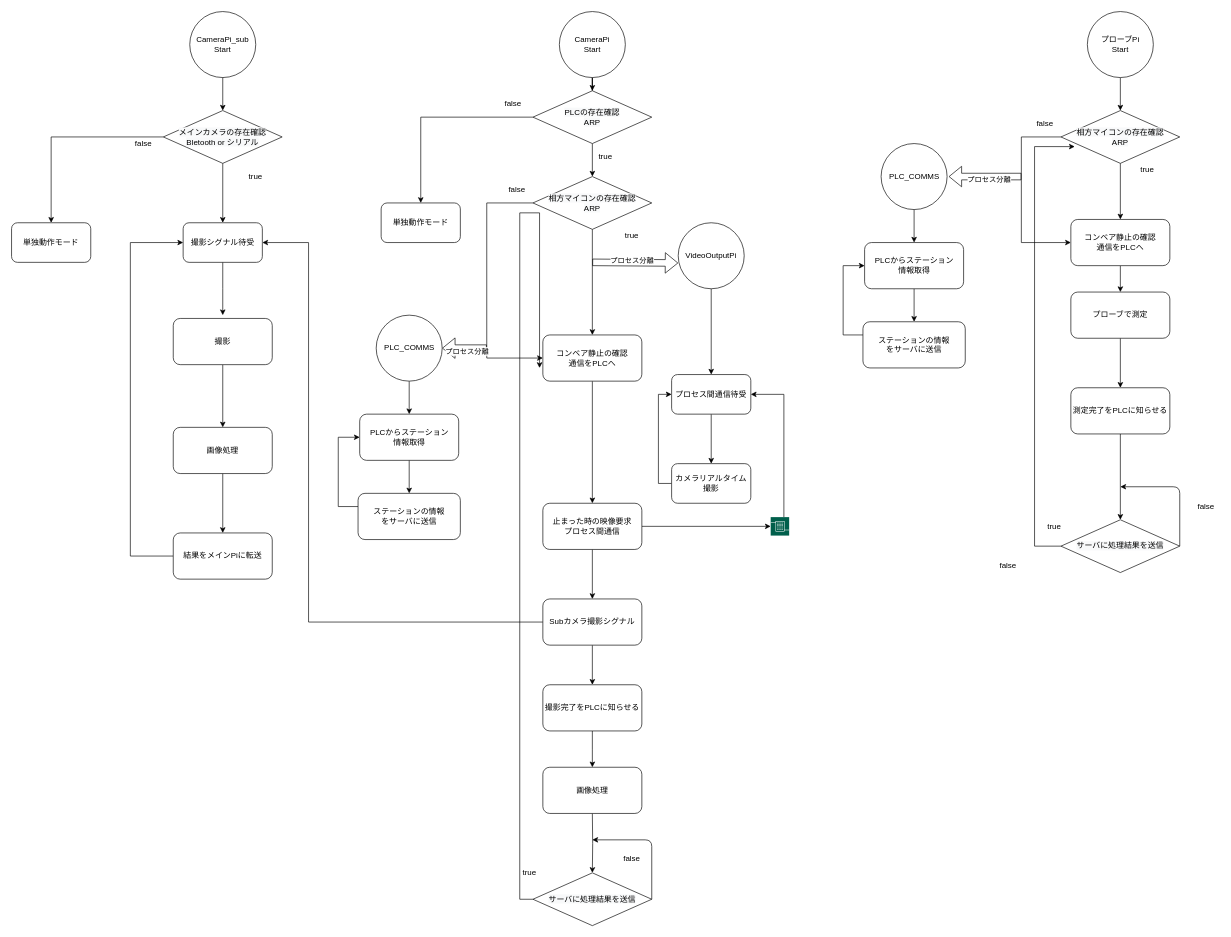
Before: フローチャート.drawio in chekke1999/kaihatukadai, a draw.io diagram. Source tidied: cells renumbered, new cells numbered last; positions are measured from the earlier drawing's top-left corner, leaving out a move shared by most shapes. Both pictures are drawn from the tidied source at 66%, with x=0, y=0 at pixel (11, 11).
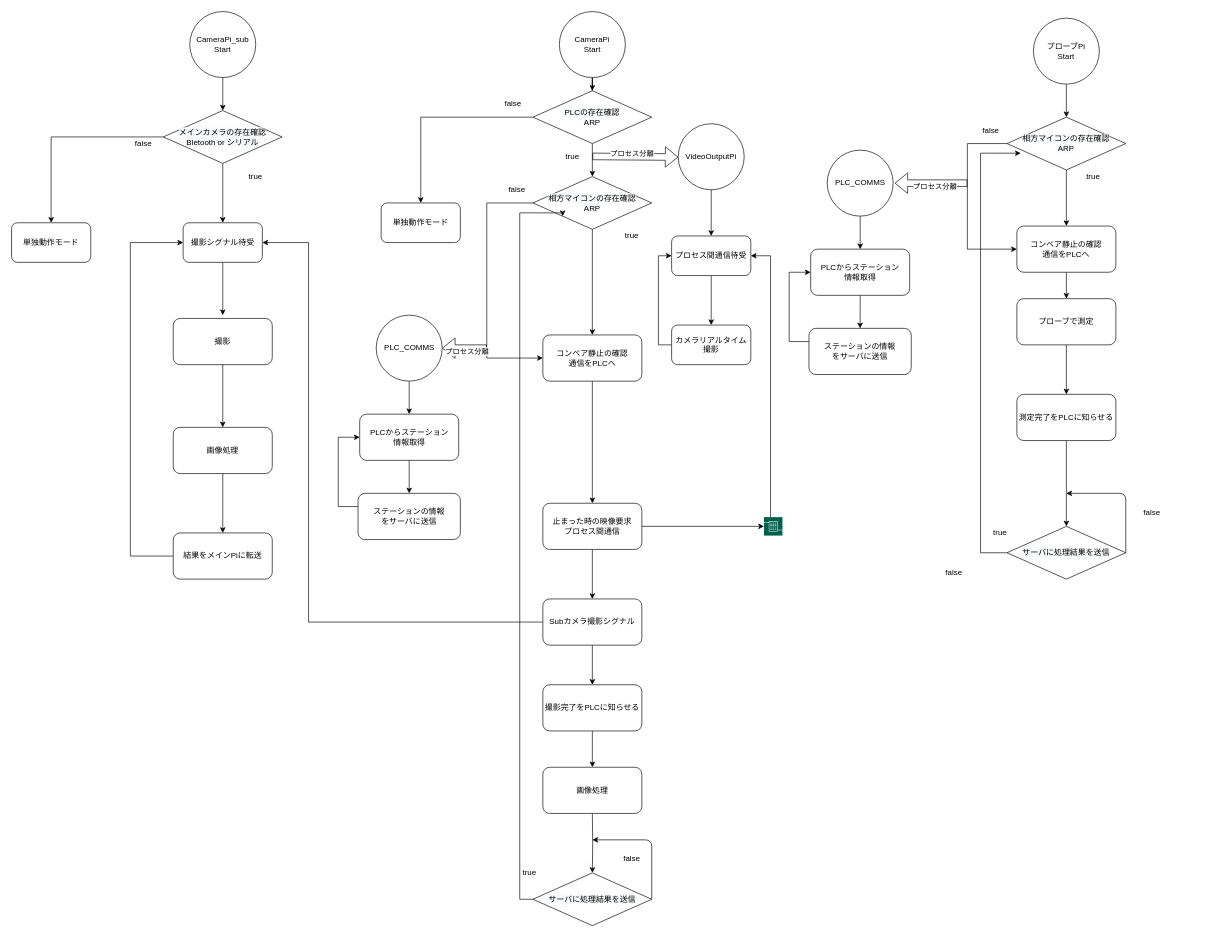
The same page after the edit.

Commit message:
フローチャート.drawio

The change refers to these unchanged cells:
```xml
<mxCell id="6" value="&lt;span style=&quot;color: rgb(0 , 0 , 0) ; font-family: &amp;#34;helvetica&amp;#34; ; font-size: 12px ; font-style: normal ; font-weight: 400 ; letter-spacing: normal ; text-align: center ; text-indent: 0px ; text-transform: none ; word-spacing: 0px ; background-color: rgb(248 , 249 , 250) ; display: inline ; float: none&quot;&gt;相方マイコンの存在確認&lt;br&gt;ARP&lt;br&gt;&lt;/span&gt;" style="rhombus;whiteSpace=wrap;html=1;" parent="1" vertex="1">
  <mxGeometry x="790" y="250" width="180" height="80" as="geometry" />
</mxCell>
<mxCell id="10" value="&lt;span style=&quot;color: rgb(0 , 0 , 0) ; font-family: &amp;#34;helvetica&amp;#34; ; font-size: 12px ; font-style: normal ; font-weight: 400 ; letter-spacing: normal ; text-align: center ; text-indent: 0px ; text-transform: none ; word-spacing: 0px ; background-color: rgb(248 , 249 , 250) ; display: inline ; float: none&quot;&gt;サーバに処理結果を送信&lt;br&gt;&lt;/span&gt;" style="rhombus;whiteSpace=wrap;html=1;" parent="1" vertex="1">
  <mxGeometry x="790" y="1305" width="180" height="80" as="geometry" />
</mxCell>
```

Diff of the diagram source:
```diff
@@
-    <mxCell id="9" style="edgeStyle=orthogonalEdgeStyle;rounded=0;jettySize=auto;html=1;" parent="1" edge="1" source="10">
+    <mxCell id="9" style="edgeStyle=orthogonalEdgeStyle;rounded=0;jettySize=auto;html=1;entryX=0;entryY=1;entryDx=0;entryDy=0;" parent="1" edge="1" source="10" target="6">
       <mxGeometry relative="1" as="geometry">
-        <mxPoint x="800" y="540" as="targetPoint" />
         <Array as="points">
           <mxPoint x="880" y="1345" />
           <mxPoint x="770" y="1345" />
           <mxPoint x="770" y="305" />
-          <mxPoint x="800" y="305" />
+          <mxPoint x="835" y="305" />
         </Array>
       </mxGeometry>
     </mxCell>
@@
     <mxCell id="25" value="プローブPi&lt;br&gt;Start" style="ellipse;whiteSpace=wrap;html=1;" parent="1" vertex="1">
-      <mxGeometry x="1630" width="100" height="100" as="geometry" />
+      <mxGeometry x="1548.2" y="10" width="100" height="100" as="geometry" />
     </mxCell>
@@
     <mxCell id="27" style="edgeStyle=orthogonalEdgeStyle;rounded=0;jettySize=auto;html=1;entryX=0;entryY=0.5;entryDx=0;entryDy=0;" parent="1" edge="1" source="28" target="40">
       <mxGeometry relative="1" as="geometry">
         <Array as="points">
-          <mxPoint x="1530" y="190" />
-          <mxPoint x="1530" y="350" />
+          <mxPoint x="1448.2" y="200" />
+          <mxPoint x="1448.2" y="360" />
         </Array>
       </mxGeometry>
     </mxCell>
     <mxCell id="28" value="&lt;span style=&quot;color: rgb(0 , 0 , 0) ; font-family: &amp;#34;helvetica&amp;#34; ; font-size: 12px ; font-style: normal ; font-weight: 400 ; letter-spacing: normal ; text-align: center ; text-indent: 0px ; text-transform: none ; word-spacing: 0px ; background-color: rgb(248 , 249 , 250) ; display: inline ; float: none&quot;&gt;相方マイコンの存在確認&lt;br&gt;ARP&lt;br&gt;&lt;/span&gt;" style="rhombus;whiteSpace=wrap;html=1;" parent="1" vertex="1">
-      <mxGeometry x="1590" y="150" width="180" height="80" as="geometry" />
+      <mxGeometry x="1508.2" y="160" width="180" height="80" as="geometry" />
     </mxCell>
     <mxCell id="29" value="true" style="text;html=1;strokeColor=none;fillColor=none;align=center;verticalAlign=middle;whiteSpace=wrap;rounded=0;" parent="1" vertex="1">
-      <mxGeometry x="1701" y="230" width="40" height="20" as="geometry" />
+      <mxGeometry x="1619.2" y="240" width="40" height="20" as="geometry" />
     </mxCell>
@@
     <mxCell id="32" value="プローブで測定" style="rounded=1;whiteSpace=wrap;html=1;" parent="1" vertex="1">
-      <mxGeometry x="1605" y="425" width="150" height="70" as="geometry" />
+      <mxGeometry x="1523.2" y="435" width="150" height="70" as="geometry" />
     </mxCell>
     <mxCell id="33" style="edgeStyle=orthogonalEdgeStyle;rounded=0;jettySize=auto;html=1;entryX=0.116;entryY=0.683;entryDx=0;entryDy=0;entryPerimeter=0;" parent="1" edge="1" source="34" target="28">
       <mxGeometry relative="1" as="geometry">
         <Array as="points">
-          <mxPoint x="1550" y="810" />
-          <mxPoint x="1550" y="205" />
+          <mxPoint x="1468.2" y="820" />
+          <mxPoint x="1468.2" y="215" />
         </Array>
       </mxGeometry>
     </mxCell>
     <mxCell id="34" value="&lt;span style=&quot;color: rgb(0 , 0 , 0) ; font-family: &amp;#34;helvetica&amp;#34; ; font-size: 12px ; font-style: normal ; font-weight: 400 ; letter-spacing: normal ; text-align: center ; text-indent: 0px ; text-transform: none ; word-spacing: 0px ; background-color: rgb(248 , 249 , 250) ; display: inline ; float: none&quot;&gt;サーバに処理結果を送信&lt;br&gt;&lt;/span&gt;" style="rhombus;whiteSpace=wrap;html=1;" parent="1" vertex="1">
-      <mxGeometry x="1590" y="770" width="180" height="80" as="geometry" />
+      <mxGeometry x="1508.2" y="780" width="180" height="80" as="geometry" />
     </mxCell>
     <mxCell id="35" value="true" style="text;html=1;strokeColor=none;fillColor=none;align=center;verticalAlign=middle;whiteSpace=wrap;rounded=0;" parent="1" vertex="1">
-      <mxGeometry x="1560" y="770" width="40" height="20" as="geometry" />
+      <mxGeometry x="1478.2" y="780" width="40" height="20" as="geometry" />
     </mxCell>
     <mxCell id="36" style="endArrow=classic;html=1;" parent="1" edge="1">
       <mxGeometry relative="1" as="geometry">
-        <mxPoint x="1770" y="810" as="sourcePoint" />
-        <mxPoint x="1680" y="720" as="targetPoint" />
+        <mxPoint x="1688.2" y="820" as="sourcePoint" />
+        <mxPoint x="1598.2" y="730" as="targetPoint" />
         <Array as="points">
-          <mxPoint x="1770" y="720" />
+          <mxPoint x="1688.2" y="730" />
         </Array>
       </mxGeometry>
     </mxCell>
     <mxCell id="37" value="false" style="text;html=1;strokeColor=none;fillColor=none;align=center;verticalAlign=middle;whiteSpace=wrap;rounded=0;" parent="1" vertex="1">
-      <mxGeometry x="1790" y="740" width="40" height="20" as="geometry" />
+      <mxGeometry x="1708.2" y="750" width="40" height="20" as="geometry" />
     </mxCell>
     <mxCell id="38" value="false" style="text;html=1;strokeColor=none;fillColor=none;align=center;verticalAlign=middle;whiteSpace=wrap;rounded=0;" parent="1" vertex="1">
-      <mxGeometry x="1545.5" y="160" width="40" height="20" as="geometry" />
+      <mxGeometry x="1463.8" y="170" width="40" height="20" as="geometry" />
     </mxCell>
     <mxCell id="39" value="false" style="text;html=1;strokeColor=none;fillColor=none;align=center;verticalAlign=middle;whiteSpace=wrap;rounded=0;" parent="1" vertex="1">
-      <mxGeometry x="1490" y="830" width="40" height="20" as="geometry" />
+      <mxGeometry x="1408.2" y="840" width="40" height="20" as="geometry" />
     </mxCell>
     <mxCell id="40" value="&lt;span style=&quot;font-family: &amp;#34;helvetica&amp;#34;&quot;&gt;コンベア静止の確認&lt;/span&gt;&lt;br style=&quot;font-family: &amp;#34;helvetica&amp;#34;&quot;&gt;&lt;span style=&quot;font-family: &amp;#34;helvetica&amp;#34;&quot;&gt;通信をPLCへ&lt;/span&gt;" style="rounded=1;whiteSpace=wrap;html=1;" parent="1" vertex="1">
-      <mxGeometry x="1605" y="315" width="150" height="70" as="geometry" />
+      <mxGeometry x="1523.2" y="325" width="150" height="70" as="geometry" />
     </mxCell>
@@
     <mxCell id="42" value="測定完了をPLCに知らせる" style="rounded=1;whiteSpace=wrap;html=1;" parent="1" vertex="1">
-      <mxGeometry x="1605" y="570" width="150" height="70" as="geometry" />
+      <mxGeometry x="1523.2" y="580" width="150" height="70" as="geometry" />
     </mxCell>
@@
     <mxCell id="44" value="VideoOutputPi" style="ellipse;whiteSpace=wrap;html=1;" parent="1" vertex="1">
-      <mxGeometry x="1010.1" y="320" width="100" height="100" as="geometry" />
+      <mxGeometry x="1010.1" y="170" width="100" height="100" as="geometry" />
     </mxCell>
     <mxCell id="45" style="edgeStyle=orthogonalEdgeStyle;rounded=0;jettySize=auto;html=1;entryX=0;entryY=0.5;entryDx=0;entryDy=0;" parent="1" edge="1" source="46" target="52">
       <mxGeometry relative="1" as="geometry">
         <Array as="points">
-          <mxPoint x="980.1" y="715" />
-          <mxPoint x="980.1" y="580" />
+          <mxPoint x="980.1" y="505" />
+          <mxPoint x="980.1" y="370" />
         </Array>
       </mxGeometry>
     </mxCell>
     <mxCell id="46" value="カメラリアルタイム撮影" style="rounded=1;whiteSpace=wrap;html=1;" parent="1" vertex="1">
-      <mxGeometry x="1000.1" y="685" width="120" height="60" as="geometry" />
+      <mxGeometry x="1000.1" y="475" width="120" height="60" as="geometry" />
     </mxCell>
     <mxCell id="47" style="shape=flexArrow;endArrow=classic;html=1;" parent="1" edge="1">
       <mxGeometry relative="1" as="geometry">
-        <mxPoint x="880" y="380" as="sourcePoint" />
-        <mxPoint x="1010" y="381" as="targetPoint" />
+        <mxPoint x="880.1" y="219.5" as="sourcePoint" />
+        <mxPoint x="1010.1" y="220.5" as="targetPoint" />
       </mxGeometry>
     </mxCell>
@@
     <mxCell id="49" style="edgeStyle=orthogonalEdgeStyle;rounded=0;jettySize=auto;html=1;entryX=1;entryY=0.5;entryDx=0;entryDy=0;" parent="1" edge="1" source="50" target="52">
       <mxGeometry relative="1" as="geometry">
         <Array as="points">
-          <mxPoint x="1170.2" y="580" />
+          <mxPoint x="1150" y="370" />
         </Array>
       </mxGeometry>
     </mxCell>
     <mxCell id="50" style="shadow=0;dashed=0;html=1;strokeColor=none;fillColor=#005F4B;labelPosition=center;verticalLabelPosition=bottom;verticalAlign=top;align=center;outlineConnect=0;shape=mxgraph.veeam2.cpu_socket;" parent="1" vertex="1">
-      <mxGeometry x="1150.2" y="766" width="28" height="28" as="geometry" />
+      <mxGeometry x="1140" y="766" width="28" height="28" as="geometry" />
     </mxCell>
@@
     <mxCell id="52" value="プロセス間通信待受" style="rounded=1;whiteSpace=wrap;html=1;" parent="1" vertex="1">
-      <mxGeometry x="1000.1" y="550" width="120" height="60" as="geometry" />
+      <mxGeometry x="1000.1" y="340" width="120" height="60" as="geometry" />
     </mxCell>
@@
     <mxCell id="60" value="PLCからステーション&lt;br&gt;情報取得" style="rounded=1;whiteSpace=wrap;html=1;" parent="1" vertex="1">
-      <mxGeometry x="1292.5" y="350" width="150" height="70" as="geometry" />
+      <mxGeometry x="1210.8" y="360" width="150" height="70" as="geometry" />
     </mxCell>
     <mxCell id="61" style="edgeStyle=orthogonalEdgeStyle;rounded=0;jettySize=auto;html=1;entryX=0;entryY=0.5;entryDx=0;entryDy=0;" parent="1" edge="1" source="62" target="60">
       <mxGeometry relative="1" as="geometry">
         <Array as="points">
-          <mxPoint x="1260" y="490" />
-          <mxPoint x="1260" y="385" />
+          <mxPoint x="1178.2" y="500" />
+          <mxPoint x="1178.2" y="395" />
         </Array>
       </mxGeometry>
     </mxCell>
     <mxCell id="62" value="ステーションの情報&lt;br&gt;をサーバに送信" style="rounded=1;whiteSpace=wrap;html=1;" parent="1" vertex="1">
-      <mxGeometry x="1290" y="470" width="155" height="70" as="geometry" />
+      <mxGeometry x="1208.2" y="480" width="155" height="70" as="geometry" />
     </mxCell>
     <mxCell id="63" style="shape=flexArrow;endArrow=classic;html=1;" parent="1" edge="1">
       <mxGeometry relative="1" as="geometry">
-        <mxPoint x="1530" y="250" as="sourcePoint" />
-        <mxPoint x="1420" y="250" as="targetPoint" />
+        <mxPoint x="1448.2" y="260" as="sourcePoint" />
+        <mxPoint x="1338.2" y="260" as="targetPoint" />
       </mxGeometry>
     </mxCell>
@@
     <mxCell id="66" value="PLC_COMMS" style="ellipse;whiteSpace=wrap;html=1;" parent="1" vertex="1">
-      <mxGeometry x="1317.5" y="200" width="100" height="100" as="geometry" />
+      <mxGeometry x="1235.8" y="210" width="100" height="100" as="geometry" />
     </mxCell>
@@
-    <mxCell id="70" value="true" style="text;html=1;strokeColor=none;fillColor=none;align=center;verticalAlign=middle;whiteSpace=wrap;rounded=0;" parent="1" vertex="1">
-      <mxGeometry x="880" y="210" width="40" height="20" as="geometry" />
-    </mxCell>
@@
+    <mxCell id="70" value="true" style="text;html=1;strokeColor=none;fillColor=none;align=center;verticalAlign=middle;whiteSpace=wrap;rounded=0;" parent="1" vertex="1">
+      <mxGeometry x="830" y="210" width="40" height="20" as="geometry" />
+    </mxCell>
```
